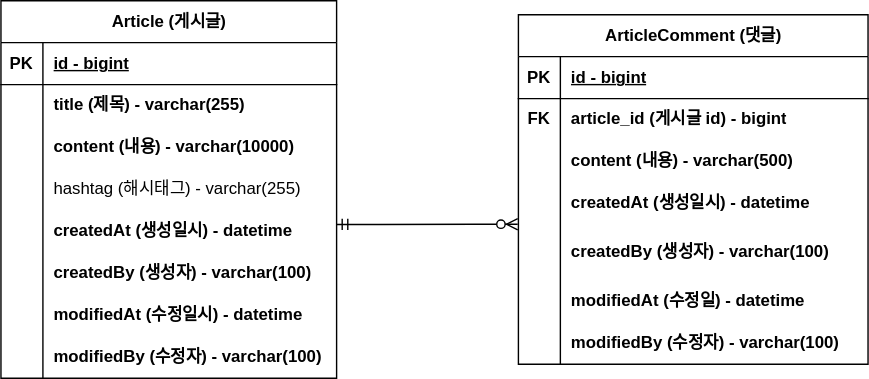
This is part2/document/Project-Board-ERD.svg from nayoong02/fastcampus-spring, a draw.io export, as it was before one commit. Source tidied: cells renumbered, new cells last; positions are measured from the earlier drawing's top-left corner, leaving out a move shared by most shapes.
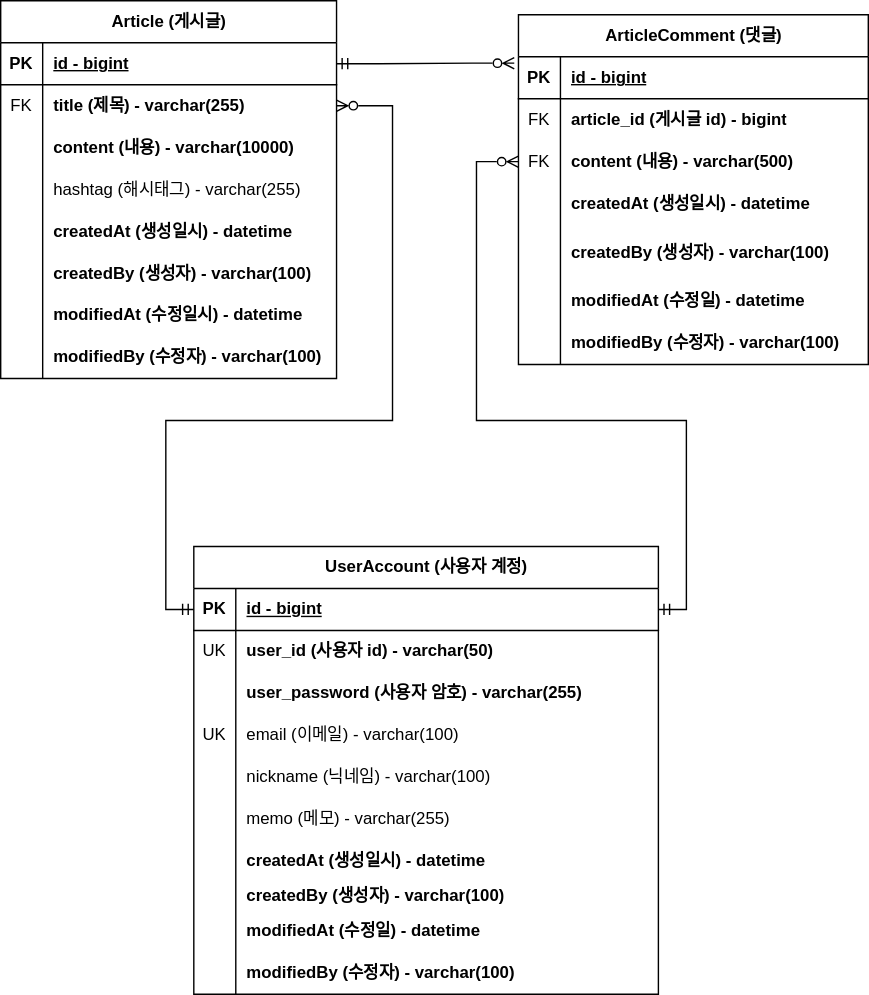
Later version of the same file.

Commit message:
#18 - 회원 계정 도메인 구현 및 ERD 반영

Change to the diagram source:
```diff
@@ -17,7 +17,7 @@
     <mxCell id="6" style="shape=tableRow;horizontal=0;startSize=0;swimlaneHead=0;swimlaneBody=0;fillColor=none;points=[[0,0.5],[1,0.5]];portConstraint=eastwest;top=0;left=0;right=0;bottom=0;" parent="2" vertex="1">
       <mxGeometry y="60" width="240" height="30" as="geometry" />
     </mxCell>
-    <mxCell id="7" style="shape=partialRectangle;fillColor=none;top=0;left=0;bottom=0;right=0;overflow=hidden;whiteSpace=wrap;html=1;" parent="6" vertex="1">
+    <mxCell id="7" value="FK" style="shape=partialRectangle;fillColor=none;top=0;left=0;bottom=0;right=0;overflow=hidden;whiteSpace=wrap;html=1;" parent="6" vertex="1">
       <mxGeometry width="30" height="30" as="geometry" />
     </mxCell>
     <mxCell id="8" value="title (제목) - varchar(255)&lt;span style=&quot;white-space: pre;&quot;&gt; &lt;/span&gt;&lt;span style=&quot;white-space: pre;&quot;&gt; &lt;/span&gt;" style="shape=partialRectangle;fillColor=none;top=0;left=0;bottom=0;right=0;align=left;spacingLeft=6;overflow=hidden;whiteSpace=wrap;html=1;fontStyle=1;" parent="6" vertex="1">
@@ -92,7 +92,7 @@
     <mxCell id="31" style="shape=tableRow;horizontal=0;startSize=0;swimlaneHead=0;swimlaneBody=0;fillColor=none;top=0;left=0;right=0;bottom=0;" parent="27" vertex="1">
       <mxGeometry y="60" width="250" height="30" as="geometry" />
     </mxCell>
-    <mxCell id="32" value="FK" style="shape=partialRectangle;fillColor=none;top=0;left=0;bottom=0;right=0;overflow=hidden;whiteSpace=wrap;html=1;fontStyle=1;" parent="31" vertex="1">
+    <mxCell id="32" value="&lt;span style=&quot;font-weight: normal;&quot;&gt;FK&lt;/span&gt;" style="shape=partialRectangle;fillColor=none;top=0;left=0;bottom=0;right=0;overflow=hidden;whiteSpace=wrap;html=1;fontStyle=1;" parent="31" vertex="1">
       <mxGeometry width="30" height="30" as="geometry" />
     </mxCell>
     <mxCell id="33" value="article_id (게시글 id) - bigint" style="shape=partialRectangle;fillColor=none;top=0;left=0;bottom=0;right=0;align=left;spacingLeft=6;overflow=hidden;whiteSpace=wrap;html=1;fontStyle=1;" parent="31" vertex="1">
@@ -101,7 +101,7 @@
     <mxCell id="34" style="shape=tableRow;horizontal=0;startSize=0;swimlaneHead=0;swimlaneBody=0;fillColor=none;points=[[0,0.5],[1,0.5]];portConstraint=eastwest;top=0;left=0;right=0;bottom=0;" parent="27" vertex="1">
       <mxGeometry y="90" width="250" height="30" as="geometry" />
     </mxCell>
-    <mxCell id="35" style="shape=partialRectangle;fillColor=none;top=0;left=0;bottom=0;right=0;overflow=hidden;whiteSpace=wrap;html=1;" parent="34" vertex="1">
+    <mxCell id="35" value="FK" style="shape=partialRectangle;fillColor=none;top=0;left=0;bottom=0;right=0;overflow=hidden;whiteSpace=wrap;html=1;" parent="34" vertex="1">
       <mxGeometry width="30" height="30" as="geometry" />
     </mxCell>
     <mxCell id="36" value="content (내용) - varchar(500)" style="shape=partialRectangle;fillColor=none;top=0;left=0;bottom=0;right=0;align=left;spacingLeft=6;overflow=hidden;whiteSpace=wrap;html=1;fontStyle=1;" parent="34" vertex="1">
@@ -143,10 +143,121 @@
     <mxCell id="48" value="modifiedBy (수정자) - varchar(100)" style="shape=partialRectangle;fillColor=none;top=0;left=0;bottom=0;right=0;align=left;spacingLeft=6;overflow=hidden;whiteSpace=wrap;html=1;fontStyle=1;" parent="46" vertex="1">
       <mxGeometry x="30" width="220" height="30" as="geometry" />
     </mxCell>
-    <mxCell id="49" style="edgeStyle=entityRelationEdgeStyle;fontSize=12;html=1;endArrow=ERzeroToMany;startArrow=ERmandOne;rounded=0;entryX=-0.002;entryY=-0.005;entryDx=0;entryDy=0;entryPerimeter=0;" parent="1" edge="1" target="40">
-      <mxGeometry relative="1" as="geometry">
-        <mxPoint x="240" y="160" as="sourcePoint" />
-      </mxGeometry>
+    <mxCell id="49" style="edgeStyle=entityRelationEdgeStyle;fontSize=12;html=1;endArrow=ERzeroToMany;startArrow=ERmandOne;rounded=0;entryX=-0.012;entryY=0.154;entryDx=0;entryDy=0;entryPerimeter=0;exitX=1;exitY=0.5;exitDx=0;exitDy=0;endFill=0;" parent="1" edge="1" source="3" target="28">
+      <mxGeometry relative="1" as="geometry" />
     </mxCell>
+    <mxCell id="50" value="UserAccount (사용자 계정)" style="shape=table;startSize=30;rowLines=0;fontStyle=1;align=center;html=1;" parent="1" vertex="1">
+      <mxGeometry x="138" y="390" width="332" height="320" as="geometry" />
+    </mxCell>
+    <mxCell id="51" style="shape=tableRow;horizontal=0;startSize=0;swimlaneHead=0;swimlaneBody=0;fillColor=none;points=[[0,0.5],[1,0.5]];portConstraint=eastwest;top=0;left=0;right=0;bottom=1;" parent="50" vertex="1">
+      <mxGeometry y="30" width="332" height="30" as="geometry" />
+    </mxCell>
+    <mxCell id="52" value="PK" style="shape=partialRectangle;fillColor=none;top=0;left=0;bottom=0;right=0;fontStyle=1;overflow=hidden;whiteSpace=wrap;html=1;" parent="51" vertex="1">
+      <mxGeometry width="30" height="30" as="geometry" />
+    </mxCell>
+    <mxCell id="53" value="id - bigint" style="shape=partialRectangle;fillColor=none;top=0;left=0;bottom=0;right=0;align=left;spacingLeft=6;fontStyle=5;overflow=hidden;whiteSpace=wrap;html=1;" parent="51" vertex="1">
+      <mxGeometry x="30" width="302" height="30" as="geometry" />
+    </mxCell>
+    <mxCell id="54" style="shape=tableRow;horizontal=0;startSize=0;swimlaneHead=0;swimlaneBody=0;fillColor=none;top=0;left=0;right=0;bottom=0;" parent="50" vertex="1">
+      <mxGeometry y="60" width="332" height="30" as="geometry" />
+    </mxCell>
+    <mxCell id="55" value="&lt;span style=&quot;font-weight: normal;&quot;&gt;UK&lt;/span&gt;" style="shape=partialRectangle;fillColor=none;top=0;left=0;bottom=0;right=0;overflow=hidden;whiteSpace=wrap;html=1;fontStyle=1;" parent="54" vertex="1">
+      <mxGeometry width="30" height="30" as="geometry" />
+    </mxCell>
+    <mxCell id="56" value="user_id (사용자 id) - varchar(50)" style="shape=partialRectangle;fillColor=none;top=0;left=0;bottom=0;right=0;align=left;spacingLeft=6;overflow=hidden;whiteSpace=wrap;html=1;fontStyle=1;" parent="54" vertex="1">
+      <mxGeometry x="30" width="302" height="30" as="geometry" />
+    </mxCell>
+    <mxCell id="57" style="shape=tableRow;horizontal=0;startSize=0;swimlaneHead=0;swimlaneBody=0;fillColor=none;top=0;left=0;right=0;bottom=0;" parent="50" vertex="1">
+      <mxGeometry y="90" width="332" height="30" as="geometry" />
+    </mxCell>
+    <mxCell id="58" style="shape=partialRectangle;fillColor=none;top=0;left=0;bottom=0;right=0;overflow=hidden;whiteSpace=wrap;html=1;" parent="57" vertex="1">
+      <mxGeometry width="30" height="30" as="geometry" />
+    </mxCell>
+    <mxCell id="59" value="user_password (사용자 암호) - varchar(255)" style="shape=partialRectangle;fillColor=none;top=0;left=0;bottom=0;right=0;align=left;spacingLeft=6;overflow=hidden;whiteSpace=wrap;html=1;fontStyle=1;" parent="57" vertex="1">
+      <mxGeometry x="30" width="302" height="30" as="geometry" />
+    </mxCell>
+    <mxCell id="60" style="shape=tableRow;horizontal=0;startSize=0;swimlaneHead=0;swimlaneBody=0;fillColor=none;top=0;left=0;right=0;bottom=0;" parent="50" vertex="1">
+      <mxGeometry y="120" width="332" height="30" as="geometry" />
+    </mxCell>
+    <mxCell id="61" value="UK" style="shape=partialRectangle;fillColor=none;top=0;left=0;bottom=0;right=0;overflow=hidden;whiteSpace=wrap;html=1;" parent="60" vertex="1">
+      <mxGeometry width="30" height="30" as="geometry" />
+    </mxCell>
+    <mxCell id="62" value="&lt;span style=&quot;font-weight: normal;&quot;&gt;email (이메일) - varchar(100)&lt;/span&gt;" style="shape=partialRectangle;fillColor=none;top=0;left=0;bottom=0;right=0;align=left;spacingLeft=6;overflow=hidden;whiteSpace=wrap;html=1;fontStyle=1;" parent="60" vertex="1">
+      <mxGeometry x="30" width="302" height="30" as="geometry" />
+    </mxCell>
+    <mxCell id="63" style="shape=tableRow;horizontal=0;startSize=0;swimlaneHead=0;swimlaneBody=0;fillColor=none;top=0;left=0;right=0;bottom=0;" parent="50" vertex="1">
+      <mxGeometry y="150" width="332" height="30" as="geometry" />
+    </mxCell>
+    <mxCell id="64" style="shape=partialRectangle;fillColor=none;top=0;left=0;bottom=0;right=0;overflow=hidden;whiteSpace=wrap;html=1;" parent="63" vertex="1">
+      <mxGeometry width="30" height="30" as="geometry" />
+    </mxCell>
+    <mxCell id="65" value="&lt;span style=&quot;font-weight: normal;&quot;&gt;nickname (닉네임) - varchar(100)&lt;/span&gt;" style="shape=partialRectangle;fillColor=none;top=0;left=0;bottom=0;right=0;align=left;spacingLeft=6;overflow=hidden;whiteSpace=wrap;html=1;fontStyle=1;" parent="63" vertex="1">
+      <mxGeometry x="30" width="302" height="30" as="geometry" />
+    </mxCell>
+    <mxCell id="66" style="shape=tableRow;horizontal=0;startSize=0;swimlaneHead=0;swimlaneBody=0;fillColor=none;top=0;left=0;right=0;bottom=0;" parent="50" vertex="1">
+      <mxGeometry y="180" width="332" height="30" as="geometry" />
+    </mxCell>
+    <mxCell id="67" style="shape=partialRectangle;fillColor=none;top=0;left=0;bottom=0;right=0;overflow=hidden;whiteSpace=wrap;html=1;" parent="66" vertex="1">
+      <mxGeometry width="30" height="30" as="geometry" />
+    </mxCell>
+    <mxCell id="68" value="&lt;span style=&quot;font-weight: normal;&quot;&gt;memo (메모) - varchar(255)&lt;/span&gt;" style="shape=partialRectangle;fillColor=none;top=0;left=0;bottom=0;right=0;align=left;spacingLeft=6;overflow=hidden;whiteSpace=wrap;html=1;fontStyle=1;" parent="66" vertex="1">
+      <mxGeometry x="30" width="302" height="30" as="geometry" />
+    </mxCell>
+    <mxCell id="69" style="shape=tableRow;horizontal=0;startSize=0;swimlaneHead=0;swimlaneBody=0;fillColor=none;top=0;left=0;right=0;bottom=0;" parent="50" vertex="1">
+      <mxGeometry y="210" width="332" height="30" as="geometry" />
+    </mxCell>
+    <mxCell id="70" style="shape=partialRectangle;fillColor=none;top=0;left=0;bottom=0;right=0;overflow=hidden;whiteSpace=wrap;html=1;" parent="69" vertex="1">
+      <mxGeometry width="30" height="30" as="geometry" />
+    </mxCell>
+    <mxCell id="71" value="createdAt (생성일시) - datetime" style="shape=partialRectangle;fillColor=none;top=0;left=0;bottom=0;right=0;align=left;spacingLeft=6;overflow=hidden;whiteSpace=wrap;html=1;fontStyle=1;" parent="69" vertex="1">
+      <mxGeometry x="30" width="302" height="30" as="geometry" />
+    </mxCell>
+    <mxCell id="72" style="shape=tableRow;horizontal=0;startSize=0;swimlaneHead=0;swimlaneBody=0;fillColor=none;top=0;left=0;right=0;bottom=0;" parent="50" vertex="1">
+      <mxGeometry y="240" width="332" height="20" as="geometry" />
+    </mxCell>
+    <mxCell id="73" style="shape=partialRectangle;fillColor=none;top=0;left=0;bottom=0;right=0;overflow=hidden;whiteSpace=wrap;html=1;" parent="72" vertex="1">
+      <mxGeometry width="30" height="20" as="geometry" />
+    </mxCell>
+    <mxCell id="74" value="createdBy (생성자) - varchar(100)" style="shape=partialRectangle;fillColor=none;top=0;left=0;bottom=0;right=0;align=left;spacingLeft=6;overflow=hidden;whiteSpace=wrap;html=1;fontStyle=1;" parent="72" vertex="1">
+      <mxGeometry x="30" width="302" height="20" as="geometry" />
+    </mxCell>
+    <mxCell id="75" style="shape=tableRow;horizontal=0;startSize=0;swimlaneHead=0;swimlaneBody=0;fillColor=none;top=0;left=0;right=0;bottom=0;" parent="50" vertex="1">
+      <mxGeometry y="260" width="332" height="30" as="geometry" />
+    </mxCell>
+    <mxCell id="76" style="shape=partialRectangle;fillColor=none;top=0;left=0;bottom=0;right=0;overflow=hidden;whiteSpace=wrap;html=1;" parent="75" vertex="1">
+      <mxGeometry width="30" height="30" as="geometry" />
+    </mxCell>
+    <mxCell id="77" value="modifiedAt (수정일) - datetime" style="shape=partialRectangle;fillColor=none;top=0;left=0;bottom=0;right=0;align=left;spacingLeft=6;overflow=hidden;whiteSpace=wrap;html=1;fontStyle=1;" parent="75" vertex="1">
+      <mxGeometry x="30" width="302" height="30" as="geometry" />
+    </mxCell>
+    <mxCell id="78" style="shape=tableRow;horizontal=0;startSize=0;swimlaneHead=0;swimlaneBody=0;fillColor=none;top=0;left=0;right=0;bottom=0;" parent="50" vertex="1">
+      <mxGeometry y="290" width="332" height="30" as="geometry" />
+    </mxCell>
+    <mxCell id="79" style="shape=partialRectangle;fillColor=none;top=0;left=0;bottom=0;right=0;overflow=hidden;whiteSpace=wrap;html=1;" parent="78" vertex="1">
+      <mxGeometry width="30" height="30" as="geometry" />
+    </mxCell>
+    <mxCell id="80" value="modifiedBy (수정자) - varchar(100)" style="shape=partialRectangle;fillColor=none;top=0;left=0;bottom=0;right=0;align=left;spacingLeft=6;overflow=hidden;whiteSpace=wrap;html=1;fontStyle=1;" parent="78" vertex="1">
+      <mxGeometry x="30" width="302" height="30" as="geometry" />
+    </mxCell>
+    <mxCell id="81" style="edgeStyle=orthogonalEdgeStyle;rounded=0;jettySize=auto;html=1;exitX=0;exitY=0.5;exitDx=0;exitDy=0;entryX=1;entryY=0.5;entryDx=0;entryDy=0;endArrow=ERmandOne;endFill=0;startArrow=ERzeroToMany;startFill=0;" parent="1" edge="1" source="34" target="51">
+      <mxGeometry relative="1" as="geometry">
+        <Array as="points">
+          <mxPoint x="340" y="115" />
+          <mxPoint x="340" y="300" />
+          <mxPoint x="490" y="300" />
+          <mxPoint x="490" y="435" />
+        </Array>
+      </mxGeometry>
+    </mxCell>
+    <mxCell id="82" style="edgeStyle=orthogonalEdgeStyle;rounded=0;jettySize=auto;html=1;exitX=0;exitY=0.5;exitDx=0;exitDy=0;entryX=1;entryY=0.5;entryDx=0;entryDy=0;endArrow=ERzeroToMany;endFill=0;startArrow=ERmandOne;startFill=0;" parent="1" edge="1" source="51" target="6">
+      <mxGeometry relative="1" as="geometry">
+        <Array as="points">
+          <mxPoint x="118" y="435" />
+          <mxPoint x="118" y="300" />
+          <mxPoint x="280" y="300" />
+          <mxPoint x="280" y="75" />
+        </Array>
+      </mxGeometry>
+    </mxCell>
   </root>
 </mxGraphModel>
```
